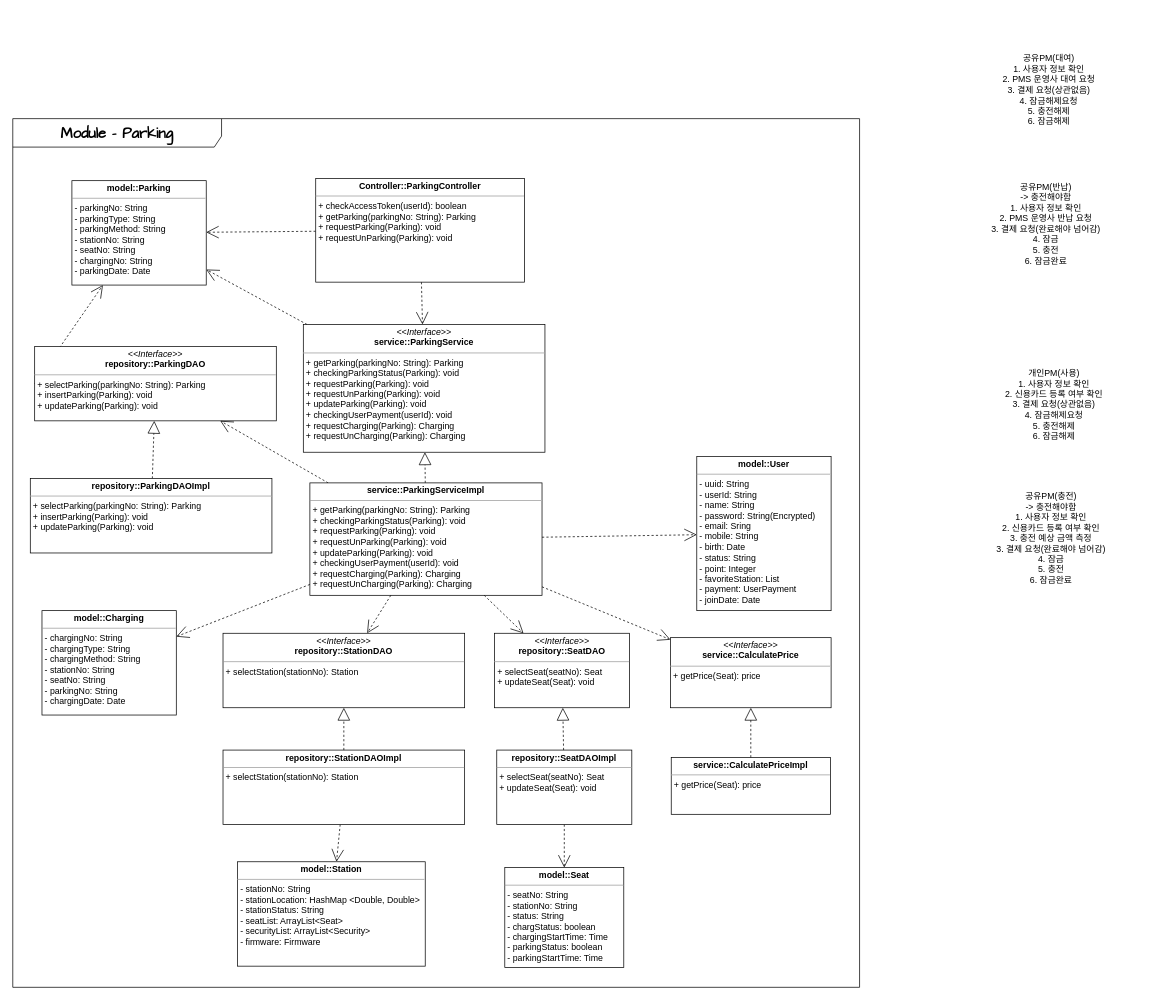
coldmu/aa_exam keeps this draw.io diagram as Module/Parking(new).drawio. Above is the earlier version. Source tidied: cells renumbered, new cells numbered last; positions are measured from the earlier drawing's top-left corner, leaving out a move shared by most shapes. Both pictures are drawn from the tidied source at 73%, with x=0, y=0 at pixel (12, 12).
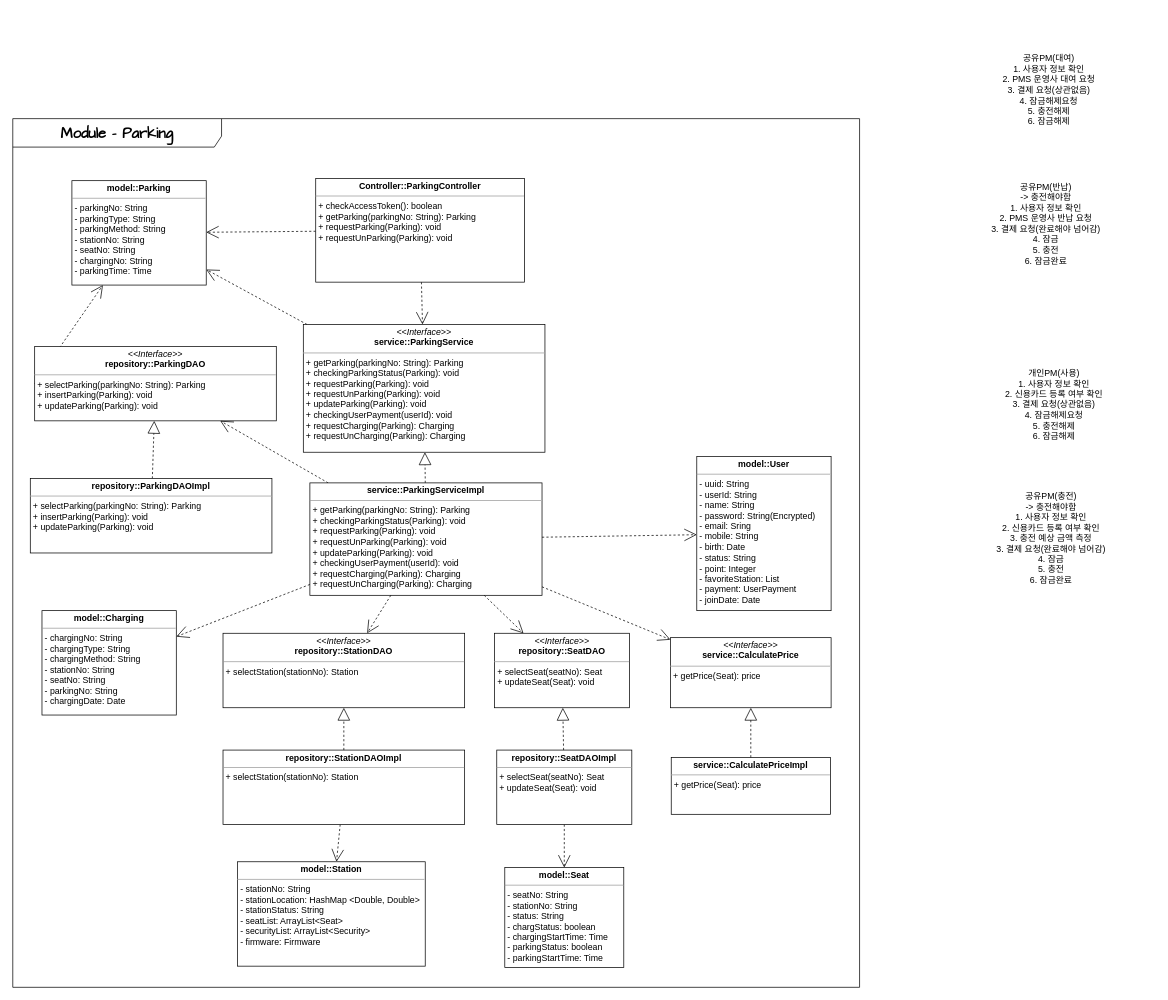
Above is the later version.

Diff of the diagram source:
```diff
@@
-    <mxCell id="9" value="&lt;p style=&quot;margin:0px;margin-top:4px;text-align:center;&quot;&gt;&lt;b style=&quot;background-color: initial;&quot;&gt;Controller::ParkingController&lt;/b&gt;&lt;/p&gt;&lt;p style=&quot;margin:0px;margin-top:4px;text-align:center;&quot;&gt;&lt;/p&gt;&lt;hr size=&quot;1&quot;&gt;&lt;p style=&quot;margin:0px;margin-left:4px;&quot;&gt;+ checkAccessToken(userId): boolean&lt;/p&gt;&lt;p style=&quot;margin:0px;margin-left:4px;&quot;&gt;+ getParking(parkingNo: String): Parking&lt;/p&gt;&lt;p style=&quot;margin:0px;margin-left:4px;&quot;&gt;+ requestParking(Parking): void&lt;/p&gt;&lt;p style=&quot;margin:0px;margin-left:4px;&quot;&gt;+ requestUnParking(Parking): void&lt;/p&gt;" style="verticalAlign=top;align=left;overflow=fill;fontSize=12;fontFamily=Helvetica;html=1;whiteSpace=wrap;" parent="1" vertex="1">
+    <mxCell id="9" value="&lt;p style=&quot;margin:0px;margin-top:4px;text-align:center;&quot;&gt;&lt;b style=&quot;background-color: initial;&quot;&gt;Controller::ParkingController&lt;/b&gt;&lt;/p&gt;&lt;p style=&quot;margin:0px;margin-top:4px;text-align:center;&quot;&gt;&lt;/p&gt;&lt;hr size=&quot;1&quot;&gt;&lt;p style=&quot;margin:0px;margin-left:4px;&quot;&gt;+ checkAccessToken(): boolean&lt;/p&gt;&lt;p style=&quot;margin:0px;margin-left:4px;&quot;&gt;+ getParking(parkingNo: String): Parking&lt;/p&gt;&lt;p style=&quot;margin:0px;margin-left:4px;&quot;&gt;+ requestParking(Parking): void&lt;/p&gt;&lt;p style=&quot;margin:0px;margin-left:4px;&quot;&gt;+ requestUnParking(Parking): void&lt;/p&gt;" style="verticalAlign=top;align=left;overflow=fill;fontSize=12;fontFamily=Helvetica;html=1;whiteSpace=wrap;" parent="1" vertex="1">
       <mxGeometry x="415" y="227" width="286" height="142" as="geometry" />
     </mxCell>
@@
-    <mxCell id="13" value="&lt;p style=&quot;margin:0px;margin-top:4px;text-align:center;&quot;&gt;&lt;b style=&quot;background-color: initial;&quot;&gt;model::Parking&lt;/b&gt;&lt;/p&gt;&lt;p style=&quot;margin:0px;margin-top:4px;text-align:center;&quot;&gt;&lt;/p&gt;&lt;hr size=&quot;1&quot;&gt;&lt;p style=&quot;margin:0px;margin-left:4px;&quot;&gt;- parkingNo: String&lt;/p&gt;&lt;p style=&quot;margin:0px;margin-left:4px;&quot;&gt;- parkingType: String&lt;/p&gt;&lt;p style=&quot;margin:0px;margin-left:4px;&quot;&gt;- parkingMethod: String&lt;/p&gt;&lt;p style=&quot;margin:0px;margin-left:4px;&quot;&gt;- stationNo: String&lt;/p&gt;&lt;p style=&quot;margin:0px;margin-left:4px;&quot;&gt;- seatNo: String&lt;/p&gt;&lt;p style=&quot;margin:0px;margin-left:4px;&quot;&gt;- chargingNo: String&lt;/p&gt;&lt;p style=&quot;margin:0px;margin-left:4px;&quot;&gt;&lt;span style=&quot;background-color: initial;&quot;&gt;- parkingDate: Date&lt;/span&gt;&lt;br&gt;&lt;/p&gt;" style="verticalAlign=top;align=left;overflow=fill;fontSize=12;fontFamily=Helvetica;html=1;whiteSpace=wrap;" parent="1" vertex="1">
+    <mxCell id="13" value="&lt;p style=&quot;margin:0px;margin-top:4px;text-align:center;&quot;&gt;&lt;b style=&quot;background-color: initial;&quot;&gt;model::Parking&lt;/b&gt;&lt;/p&gt;&lt;p style=&quot;margin:0px;margin-top:4px;text-align:center;&quot;&gt;&lt;/p&gt;&lt;hr size=&quot;1&quot;&gt;&lt;p style=&quot;margin:0px;margin-left:4px;&quot;&gt;- parkingNo: String&lt;/p&gt;&lt;p style=&quot;margin:0px;margin-left:4px;&quot;&gt;- parkingType: String&lt;/p&gt;&lt;p style=&quot;margin:0px;margin-left:4px;&quot;&gt;- parkingMethod: String&lt;/p&gt;&lt;p style=&quot;margin:0px;margin-left:4px;&quot;&gt;- stationNo: String&lt;/p&gt;&lt;p style=&quot;margin:0px;margin-left:4px;&quot;&gt;- seatNo: String&lt;/p&gt;&lt;p style=&quot;margin:0px;margin-left:4px;&quot;&gt;- chargingNo: String&lt;/p&gt;&lt;p style=&quot;margin:0px;margin-left:4px;&quot;&gt;&lt;span style=&quot;background-color: initial;&quot;&gt;- parkingTime: Time&lt;/span&gt;&lt;br&gt;&lt;/p&gt;" style="verticalAlign=top;align=left;overflow=fill;fontSize=12;fontFamily=Helvetica;html=1;whiteSpace=wrap;" parent="1" vertex="1">
       <mxGeometry x="81" y="230" width="184" height="143" as="geometry" />
     </mxCell>
```
